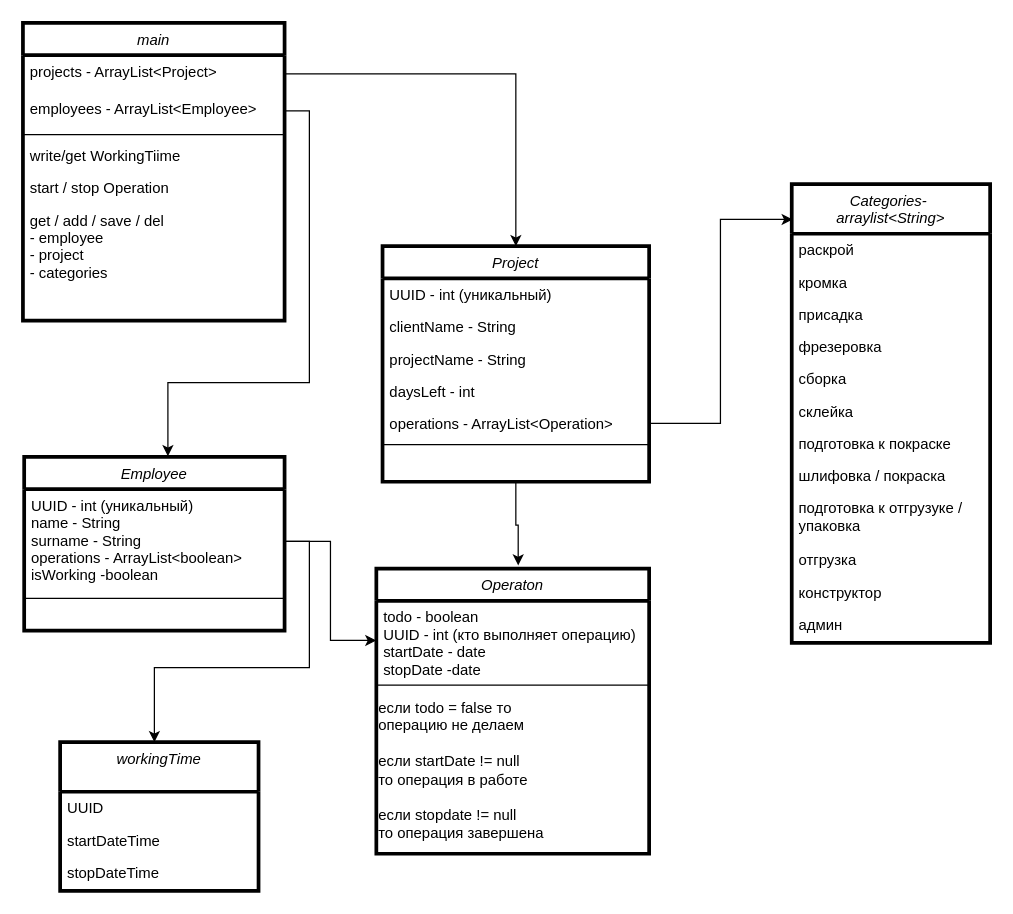
This is Диаграмма TRAE.drawio from darken321/diagrams, a draw.io file, before an edit. Source tidied: cells renumbered, new cells numbered last; positions are measured from the earlier drawing's top-left corner, leaving out a move shared by most shapes. Both pictures are drawn from the tidied source at 124%, with x=0, y=0 at pixel (22, 22).
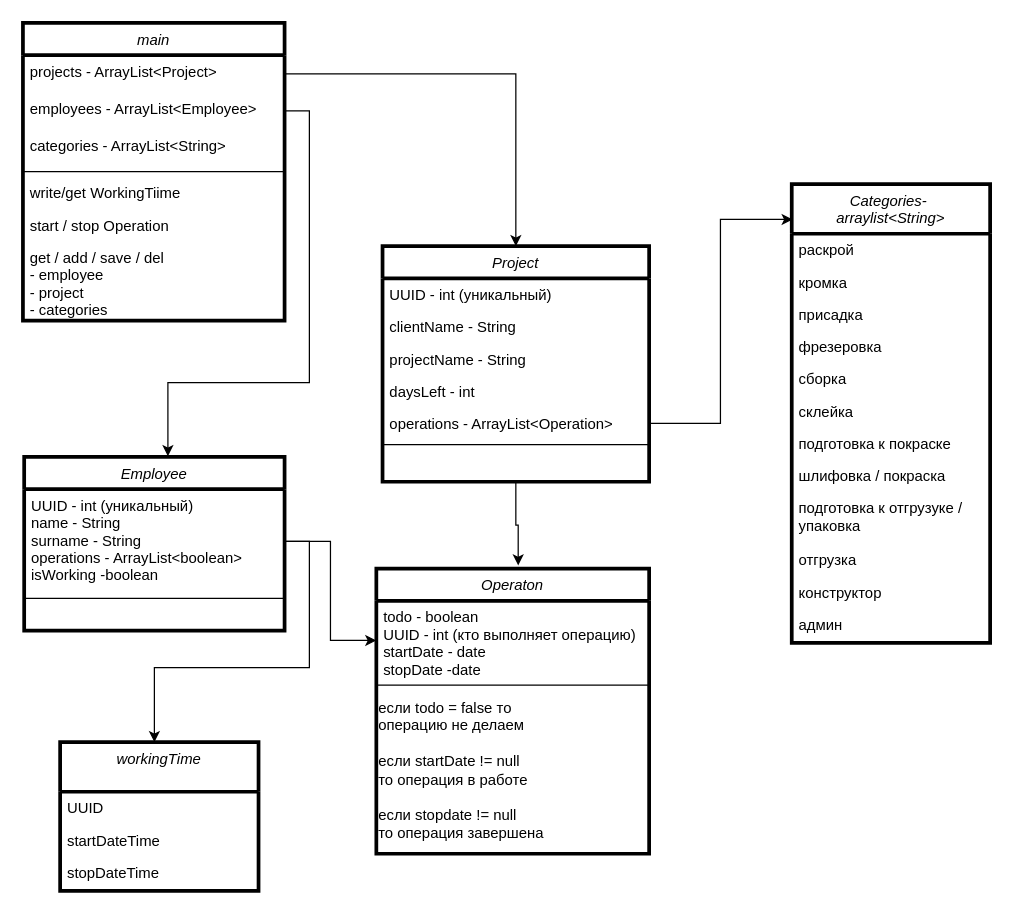
Above is the later version.

The change refers to these unchanged cells:
```xml
<mxCell id="30" value="main" style="swimlane;fontStyle=2;align=center;verticalAlign=top;horizontal=1;startSize=26;rounded=0;shadow=0;strokeWidth=3;" parent="1" vertex="1">
  <mxGeometry width="211" height="240" as="geometry" />
</mxCell>
```

What changed in the source:
```diff
@@
+    <mxCell id="46" value="categories - ArrayList&lt;String&gt;" style="text;align=left;verticalAlign=top;spacingLeft=4;spacingRight=4;overflow=hidden;" parent="30" vertex="1">
+      <mxGeometry y="86" width="211" height="30" as="geometry" />
+    </mxCell>
     <mxCell id="33" style="line;html=1;strokeWidth=1;align=left;verticalAlign=middle;spacingTop=-1;spacingLeft=3;spacingRight=3;labelPosition=right;" parent="30" vertex="1">
-      <mxGeometry y="86" width="211" height="8" as="geometry" />
+      <mxGeometry y="116" width="211" height="8" as="geometry" />
     </mxCell>
     <mxCell id="34" value="write/get WorkingTiime&#10;" style="text;align=left;verticalAlign=top;spacingLeft=4;spacingRight=4;overflow=hidden;" parent="30" vertex="1">
-      <mxGeometry y="94" width="211" height="26" as="geometry" />
+      <mxGeometry y="124" width="211" height="26" as="geometry" />
     </mxCell>
     <mxCell id="35" value="start / stop Operation" style="text;align=left;verticalAlign=top;spacingLeft=4;spacingRight=4;overflow=hidden;" parent="30" vertex="1">
-      <mxGeometry y="120" width="211" height="26" as="geometry" />
+      <mxGeometry y="150" width="211" height="26" as="geometry" />
     </mxCell>
     <mxCell id="36" value="get / add / save / del &#10;- employee&#10;- project&#10;- categories&#10;&#10;" style="text;align=left;verticalAlign=top;spacingLeft=4;spacingRight=4;overflow=hidden;" parent="30" vertex="1">
-      <mxGeometry y="146" width="211" height="64" as="geometry" />
+      <mxGeometry y="176" width="211" height="64" as="geometry" />
     </mxCell>
```
